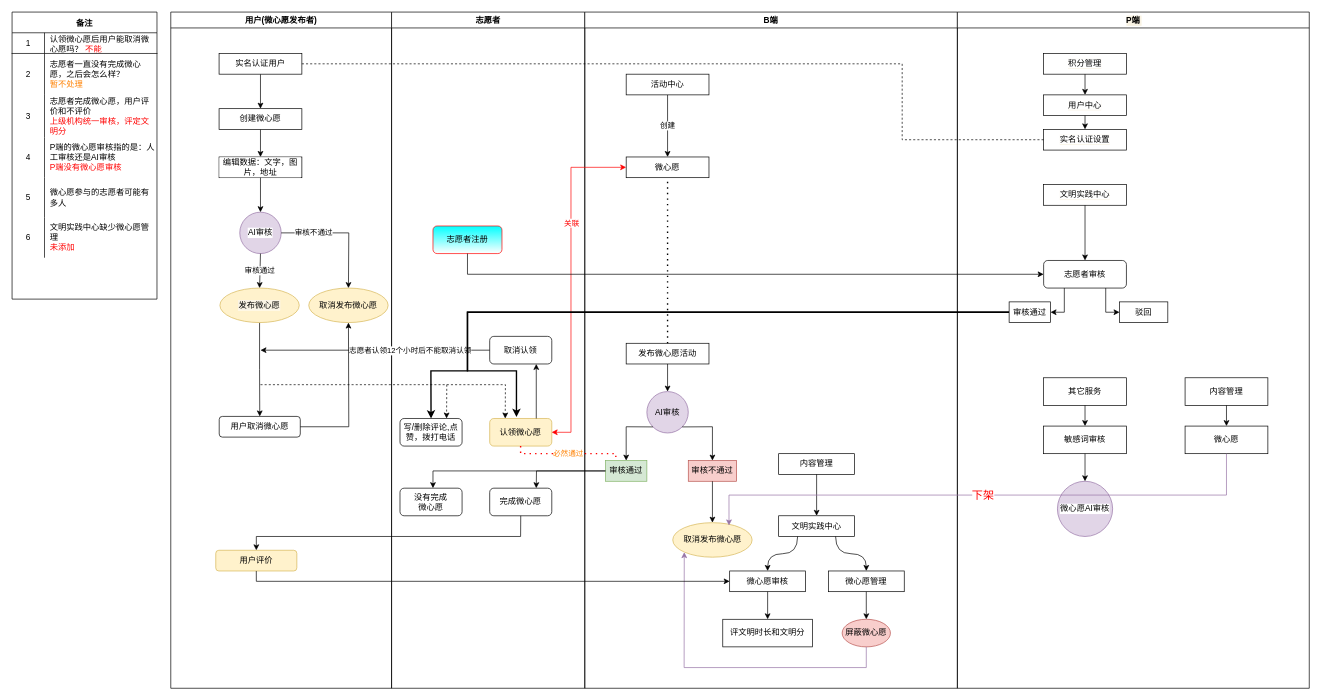
Above: 微心愿改版.drawio in KZ137onethe/hello-world (draw.io), before the change. Source tidied: cells renumbered, new cells numbered last; positions are measured from the earlier drawing's top-left corner, leaving out a move shared by most shapes. Both pictures are drawn from the tidied source at 69%, with x=0, y=0 at pixel (12, 12).
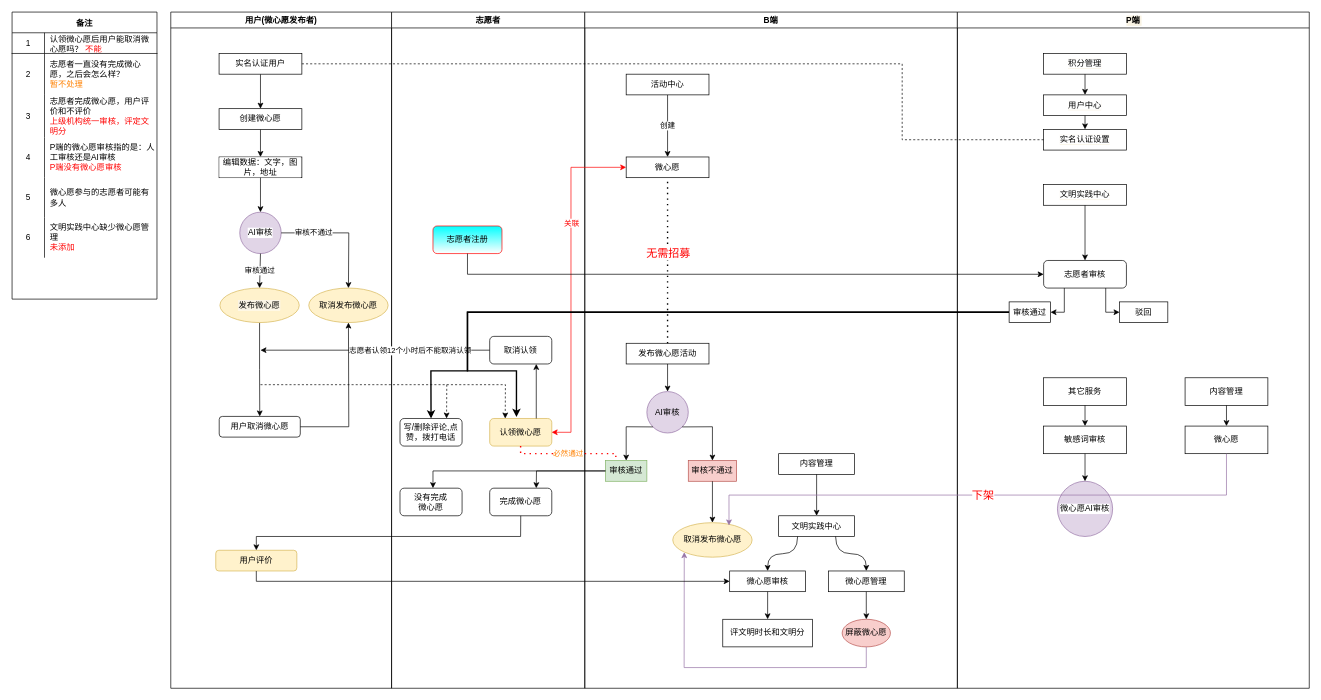
The same page after the edit.

Commit message:
更新微心愿改版.drawio

Unchanged cells that the change refers to:
```xml
<mxCell id="30" style="endArrow=none;dashed=1;html=1;dashPattern=1 3;strokeWidth=2;rounded=0;exitX=0.5;exitY=0;exitDx=0;exitDy=0;entryX=0.5;entryY=1;entryDx=0;entryDy=0;" parent="25" edge="1" source="29" target="28">
  <mxGeometry relative="1" as="geometry" />
</mxCell>
```

Diff of the diagram source:
```diff
@@
+    <mxCell id="109" value="&lt;font style=&quot;font-size: 16px&quot; color=&quot;#ff0000&quot;&gt;无需招募&lt;/font&gt;" style="edgeLabel;html=1;align=center;verticalAlign=middle;" parent="30" vertex="1">
+      <mxGeometry x="0.09" relative="1" as="geometry" />
+    </mxCell>
```
